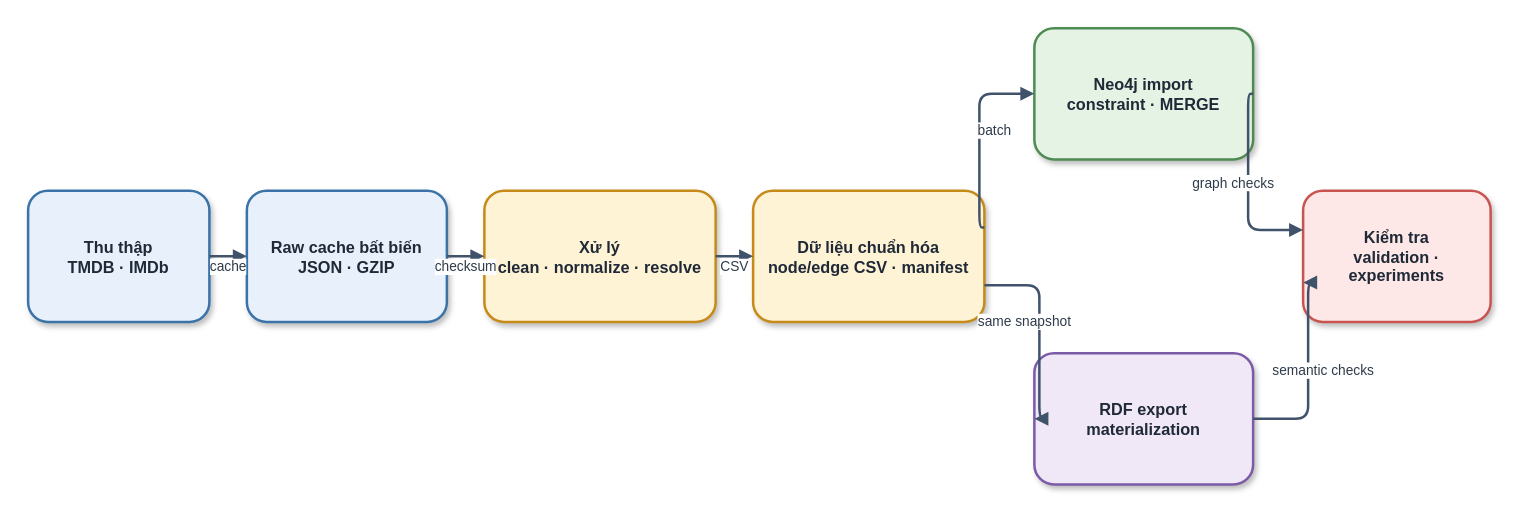
The draw.io diagram report_latex/images/sources/etl_pipeline.drawio in khanhhk/advanced_database, before the edit. Source tidied: cells renumbered, new cells numbered last; positions are measured from the earlier drawing's top-left corner, leaving out a move shared by most shapes. Both pictures are drawn from the tidied source at 125%, with x=0, y=0 at pixel (28, 28).
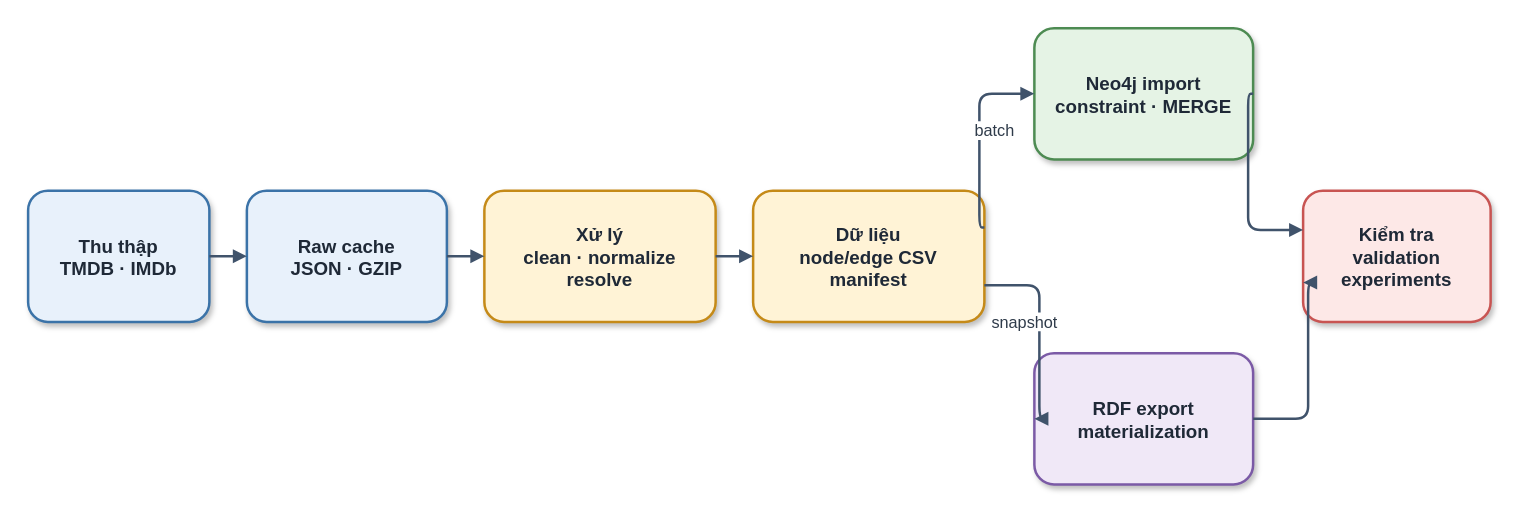
After the change.

The edit, as a diff of the source:
```diff
@@
-    <mxCell id="2" value="Thu thập&#10;TMDB · IMDb" style="rounded=1;whiteSpace=wrap;html=1;fillColor=#E8F1FB;strokeColor=#3B73A8;strokeWidth=2;fontSize=13;fontColor=#1F2937;fontStyle=1;spacing=8;shadow=1;" parent="1" vertex="1">
+    <mxCell id="2" value="Thu thập&#10;TMDB · IMDb" style="rounded=1;whiteSpace=wrap;html=1;fillColor=#E8F1FB;strokeColor=#3B73A8;strokeWidth=2;fontSize=15;fontColor=#1F2937;fontStyle=1;spacing=8;shadow=1;" parent="1" vertex="1">
       <mxGeometry y="130" width="145" height="105" as="geometry" />
     </mxCell>
-    <mxCell id="3" value="Raw cache bất biến&#10;JSON · GZIP" style="rounded=1;whiteSpace=wrap;html=1;fillColor=#E8F1FB;strokeColor=#3B73A8;strokeWidth=2;fontSize=13;fontColor=#1F2937;fontStyle=1;spacing=8;shadow=1;" parent="1" vertex="1">
+    <mxCell id="3" value="Raw cache&#10;JSON · GZIP" style="rounded=1;whiteSpace=wrap;html=1;fillColor=#E8F1FB;strokeColor=#3B73A8;strokeWidth=2;fontSize=15;fontColor=#1F2937;fontStyle=1;spacing=8;shadow=1;" parent="1" vertex="1">
       <mxGeometry x="175" y="130" width="160" height="105" as="geometry" />
     </mxCell>
-    <mxCell id="4" value="Xử lý&#10;clean · normalize · resolve" style="rounded=1;whiteSpace=wrap;html=1;fillColor=#FFF3D6;strokeColor=#C58A18;strokeWidth=2;fontSize=13;fontColor=#1F2937;fontStyle=1;spacing=8;shadow=1;" parent="1" vertex="1">
+    <mxCell id="4" value="Xử lý&#10;clean · normalize&#10;resolve" style="rounded=1;whiteSpace=wrap;html=1;fillColor=#FFF3D6;strokeColor=#C58A18;strokeWidth=2;fontSize=15;fontColor=#1F2937;fontStyle=1;spacing=8;shadow=1;" parent="1" vertex="1">
       <mxGeometry x="365" y="130" width="185" height="105" as="geometry" />
     </mxCell>
-    <mxCell id="5" value="Dữ liệu chuẩn hóa&#10;node/edge CSV · manifest" style="rounded=1;whiteSpace=wrap;html=1;fillColor=#FFF3D6;strokeColor=#C58A18;strokeWidth=2;fontSize=13;fontColor=#1F2937;fontStyle=1;spacing=8;shadow=1;" parent="1" vertex="1">
+    <mxCell id="5" value="Dữ liệu&#10;node/edge CSV&#10;manifest" style="rounded=1;whiteSpace=wrap;html=1;fillColor=#FFF3D6;strokeColor=#C58A18;strokeWidth=2;fontSize=15;fontColor=#1F2937;fontStyle=1;spacing=8;shadow=1;" parent="1" vertex="1">
       <mxGeometry x="580" y="130" width="185" height="105" as="geometry" />
     </mxCell>
-    <mxCell id="6" value="Neo4j import&#10;constraint · MERGE" style="rounded=1;whiteSpace=wrap;html=1;fillColor=#E5F3E5;strokeColor=#4D8B52;strokeWidth=2;fontSize=13;fontColor=#1F2937;fontStyle=1;spacing=8;shadow=1;" parent="1" vertex="1">
+    <mxCell id="6" value="Neo4j import&#10;constraint · MERGE" style="rounded=1;whiteSpace=wrap;html=1;fillColor=#E5F3E5;strokeColor=#4D8B52;strokeWidth=2;fontSize=15;fontColor=#1F2937;fontStyle=1;spacing=8;shadow=1;" parent="1" vertex="1">
       <mxGeometry x="805" width="175" height="105" as="geometry" />
     </mxCell>
-    <mxCell id="7" value="RDF export&#10;materialization" style="rounded=1;whiteSpace=wrap;html=1;fillColor=#F0E8F7;strokeColor=#7B5AA6;strokeWidth=2;fontSize=13;fontColor=#1F2937;fontStyle=1;spacing=8;shadow=1;" parent="1" vertex="1">
+    <mxCell id="7" value="RDF export&#10;materialization" style="rounded=1;whiteSpace=wrap;html=1;fillColor=#F0E8F7;strokeColor=#7B5AA6;strokeWidth=2;fontSize=15;fontColor=#1F2937;fontStyle=1;spacing=8;shadow=1;" parent="1" vertex="1">
       <mxGeometry x="805" y="260" width="175" height="105" as="geometry" />
     </mxCell>
-    <mxCell id="8" value="Kiểm tra&#10;validation · experiments" style="rounded=1;whiteSpace=wrap;html=1;fillColor=#FDE8E7;strokeColor=#C85452;strokeWidth=2;fontSize=13;fontColor=#1F2937;fontStyle=1;spacing=8;shadow=1;" parent="1" vertex="1">
+    <mxCell id="8" value="Kiểm tra&#10;validation&#10;experiments" style="rounded=1;whiteSpace=wrap;html=1;fillColor=#FDE8E7;strokeColor=#C85452;strokeWidth=2;fontSize=15;fontColor=#1F2937;fontStyle=1;spacing=8;shadow=1;" parent="1" vertex="1">
       <mxGeometry x="1020" y="130" width="150" height="105" as="geometry" />
     </mxCell>
-    <mxCell id="9" value="cache" style="edgeStyle=orthogonalEdgeStyle;rounded=1;jettySize=auto;html=1;endArrow=block;endFill=1;strokeColor=#40536B;strokeWidth=2;fontSize=11;fontColor=#2F3B4A;labelBackgroundColor=#FFFFFF;spacingBottom=8;exitX=1;exitY=0.5;exitDx=0;exitDy=0;entryX=0;entryY=0.5;entryDx=0;entryDy=0;" parent="1" edge="1" source="2" target="3">
+    <mxCell id="9" style="edgeStyle=orthogonalEdgeStyle;rounded=1;jettySize=auto;html=1;endArrow=block;endFill=1;strokeColor=#40536B;strokeWidth=2;fontSize=13;fontColor=#2F3B4A;labelBackgroundColor=#FFFFFF;spacingBottom=8;exitX=1;exitY=0.5;exitDx=0;exitDy=0;entryX=0;entryY=0.5;entryDx=0;entryDy=0;" parent="1" edge="1" source="2" target="3">
       <mxGeometry y="-12" relative="1" as="geometry" />
     </mxCell>
-    <mxCell id="10" value="checksum" style="edgeStyle=orthogonalEdgeStyle;rounded=1;jettySize=auto;html=1;endArrow=block;endFill=1;strokeColor=#40536B;strokeWidth=2;fontSize=11;fontColor=#2F3B4A;labelBackgroundColor=#FFFFFF;spacingBottom=8;exitX=1;exitY=0.5;exitDx=0;exitDy=0;entryX=0;entryY=0.5;entryDx=0;entryDy=0;" parent="1" edge="1" source="3" target="4">
+    <mxCell id="10" style="edgeStyle=orthogonalEdgeStyle;rounded=1;jettySize=auto;html=1;endArrow=block;endFill=1;strokeColor=#40536B;strokeWidth=2;fontSize=13;fontColor=#2F3B4A;labelBackgroundColor=#FFFFFF;spacingBottom=8;exitX=1;exitY=0.5;exitDx=0;exitDy=0;entryX=0;entryY=0.5;entryDx=0;entryDy=0;" parent="1" edge="1" source="3" target="4">
       <mxGeometry y="-12" relative="1" as="geometry" />
     </mxCell>
-    <mxCell id="11" value="CSV" style="edgeStyle=orthogonalEdgeStyle;rounded=1;jettySize=auto;html=1;endArrow=block;endFill=1;strokeColor=#40536B;strokeWidth=2;fontSize=11;fontColor=#2F3B4A;labelBackgroundColor=#FFFFFF;spacingBottom=8;exitX=1;exitY=0.5;exitDx=0;exitDy=0;entryX=0;entryY=0.5;entryDx=0;entryDy=0;" parent="1" edge="1" source="4" target="5">
+    <mxCell id="11" style="edgeStyle=orthogonalEdgeStyle;rounded=1;jettySize=auto;html=1;endArrow=block;endFill=1;strokeColor=#40536B;strokeWidth=2;fontSize=13;fontColor=#2F3B4A;labelBackgroundColor=#FFFFFF;spacingBottom=8;exitX=1;exitY=0.5;exitDx=0;exitDy=0;entryX=0;entryY=0.5;entryDx=0;entryDy=0;" parent="1" edge="1" source="4" target="5">
       <mxGeometry y="-12" relative="1" as="geometry" />
     </mxCell>
-    <mxCell id="12" value="batch" style="edgeStyle=orthogonalEdgeStyle;rounded=1;jettySize=auto;html=1;endArrow=block;endFill=1;strokeColor=#40536B;strokeWidth=2;fontSize=11;fontColor=#2F3B4A;labelBackgroundColor=#FFFFFF;spacingBottom=8;exitX=1;exitY=0.28;exitDx=0;exitDy=0;entryX=0;entryY=0.5;entryDx=0;entryDy=0;" parent="1" edge="1" source="5" target="6">
+    <mxCell id="12" value="batch" style="edgeStyle=orthogonalEdgeStyle;rounded=1;jettySize=auto;html=1;endArrow=block;endFill=1;strokeColor=#40536B;strokeWidth=2;fontSize=13;fontColor=#2F3B4A;labelBackgroundColor=#FFFFFF;spacingBottom=8;exitX=1;exitY=0.28;exitDx=0;exitDy=0;entryX=0;entryY=0.5;entryDx=0;entryDy=0;" parent="1" edge="1" source="5" target="6">
       <mxGeometry y="-12" relative="1" as="geometry">
         <Array as="points">
           <mxPoint x="761" y="159" />
           <mxPoint x="761" y="52" />
         </Array>
       </mxGeometry>
     </mxCell>
-    <mxCell id="13" value="same snapshot" style="edgeStyle=orthogonalEdgeStyle;rounded=1;jettySize=auto;html=1;endArrow=block;endFill=1;strokeColor=#40536B;strokeWidth=2;fontSize=11;fontColor=#2F3B4A;labelBackgroundColor=#FFFFFF;spacingBottom=8;exitX=1;exitY=0.72;exitDx=0;exitDy=0;entryX=0;entryY=0.5;entryDx=0;entryDy=0;" parent="1" edge="1" source="5" target="7">
+    <mxCell id="13" value="snapshot" style="edgeStyle=orthogonalEdgeStyle;rounded=1;jettySize=auto;html=1;endArrow=block;endFill=1;strokeColor=#40536B;strokeWidth=2;fontSize=13;fontColor=#2F3B4A;labelBackgroundColor=#FFFFFF;spacingBottom=8;exitX=1;exitY=0.72;exitDx=0;exitDy=0;entryX=0;entryY=0.5;entryDx=0;entryDy=0;" parent="1" edge="1" source="5" target="7">
       <mxGeometry y="-12" relative="1" as="geometry">
         <Array as="points">
           <mxPoint x="809" y="206" />
           <mxPoint x="809" y="312" />
         </Array>
       </mxGeometry>
     </mxCell>
-    <mxCell id="14" value="graph checks" style="edgeStyle=orthogonalEdgeStyle;rounded=1;jettySize=auto;html=1;endArrow=block;endFill=1;strokeColor=#40536B;strokeWidth=2;fontSize=11;fontColor=#2F3B4A;labelBackgroundColor=#FFFFFF;spacingBottom=8;exitX=1;exitY=0.5;exitDx=0;exitDy=0;entryX=0;entryY=0.30000000000000004;entryDx=0;entryDy=0;" parent="1" edge="1" source="6" target="8">
+    <mxCell id="14" style="edgeStyle=orthogonalEdgeStyle;rounded=1;jettySize=auto;html=1;endArrow=block;endFill=1;strokeColor=#40536B;strokeWidth=2;fontSize=13;fontColor=#2F3B4A;labelBackgroundColor=#FFFFFF;spacingBottom=8;exitX=1;exitY=0.5;exitDx=0;exitDy=0;entryX=0;entryY=0.30000000000000004;entryDx=0;entryDy=0;" parent="1" edge="1" source="6" target="8">
       <mxGeometry y="-12" relative="1" as="geometry">
         <Array as="points">
           <mxPoint x="976" y="52" />
           <mxPoint x="976" y="161" />
         </Array>
       </mxGeometry>
     </mxCell>
-    <mxCell id="15" value="semantic checks" style="edgeStyle=orthogonalEdgeStyle;rounded=1;jettySize=auto;html=1;endArrow=block;endFill=1;strokeColor=#40536B;strokeWidth=2;fontSize=11;fontColor=#2F3B4A;labelBackgroundColor=#FFFFFF;spacingBottom=8;exitX=1;exitY=0.5;exitDx=0;exitDy=0;entryX=0;entryY=0.7;entryDx=0;entryDy=0;" parent="1" edge="1" source="7" target="8">
+    <mxCell id="15" style="edgeStyle=orthogonalEdgeStyle;rounded=1;jettySize=auto;html=1;endArrow=block;endFill=1;strokeColor=#40536B;strokeWidth=2;fontSize=13;fontColor=#2F3B4A;labelBackgroundColor=#FFFFFF;spacingBottom=8;exitX=1;exitY=0.5;exitDx=0;exitDy=0;entryX=0;entryY=0.7;entryDx=0;entryDy=0;" parent="1" edge="1" source="7" target="8">
       <mxGeometry y="-12" relative="1" as="geometry">
         <Array as="points">
           <mxPoint x="1024" y="312" />
           <mxPoint x="1024" y="203" />
         </Array>
       </mxGeometry>
     </mxCell>
```
